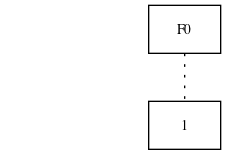
Above: png/random.png in cocomoff/CUDDexampleCpp (Graphviz), before the change. Its source is kept beside it as dot/random.dot.
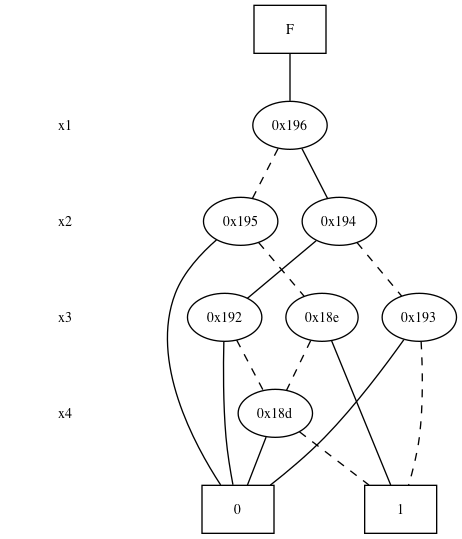
Above is the later version.

Commit message:
random function generating example

The edit, as a diff of the source:
```diff
@@ -5,14 +5,45 @@
 { node [shape = plaintext];
   edge [style = invis];
   "CONST NODES" [style = invis];
-"CONST NODES";
+" x1 " -> " x2 " -> " x3 " -> " x4 " -> "CONST NODES";
 }
 { rank = same; node [shape = box]; edge [style = invis];
-"F0"; }
+"  F  "; }
+{ rank = same; " x1 ";
+"0x196";
+}
+{ rank = same; " x2 ";
+"0x195";
+"0x194";
+}
+{ rank = same; " x3 ";
+"0x192";
+"0x18e";
+"0x193";
+}
+{ rank = same; " x4 ";
+"0x18d";
+}
 { rank = same; "CONST NODES";
-{ node [shape = box]; "0";
+{ node [shape = box]; "0x162";
+"0x161";
 }
 }
-"F0" -> "0" [style = dotted];
-"0" [label = "1"];
+"  F  " -> "0x196" [style = solid];
+"0x196" -> "0x194";
+"0x196" -> "0x195" [style = dashed];
+"0x195" -> "0x162";
+"0x195" -> "0x18e" [style = dashed];
+"0x194" -> "0x192";
+"0x194" -> "0x193" [style = dashed];
+"0x192" -> "0x162";
+"0x192" -> "0x18d" [style = dashed];
+"0x18e" -> "0x161";
+"0x18e" -> "0x18d" [style = dashed];
+"0x193" -> "0x162";
+"0x193" -> "0x161" [style = dashed];
+"0x18d" -> "0x162";
+"0x18d" -> "0x161" [style = dashed];
+"0x162" [label = "0"];
+"0x161" [label = "1"];
 }
```
